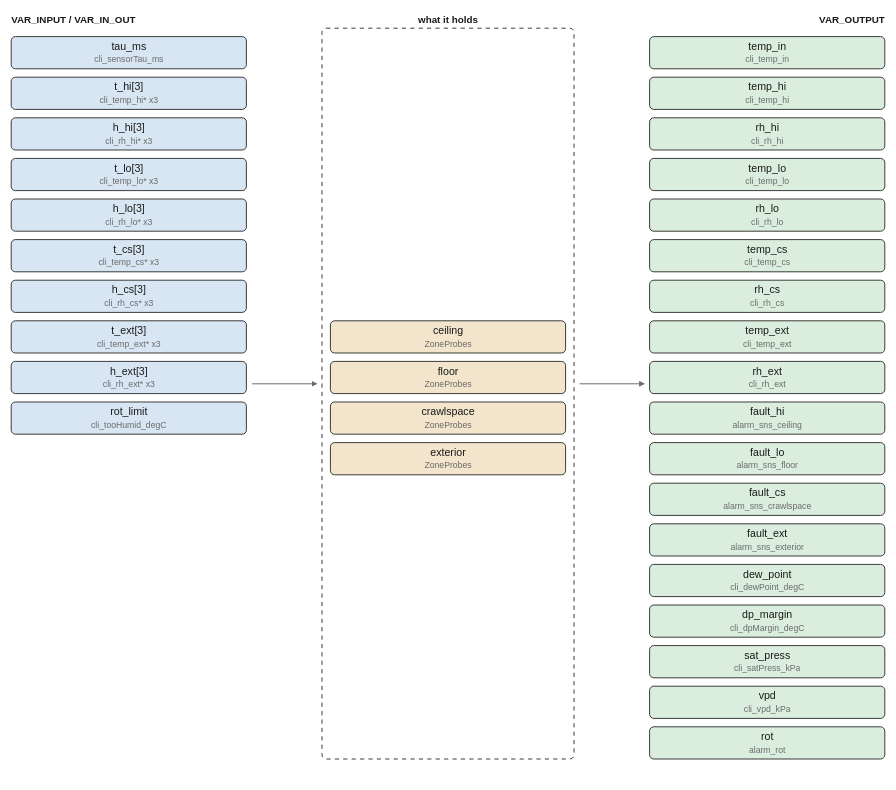
Above: images/logic/temp_rh_zone.drawio.svg in pstch/botanik2 (draw.io), before the change. Source tidied: cells renumbered, new cells last; positions are measured from the earlier drawing's top-left corner, leaving out a move shared by most shapes.
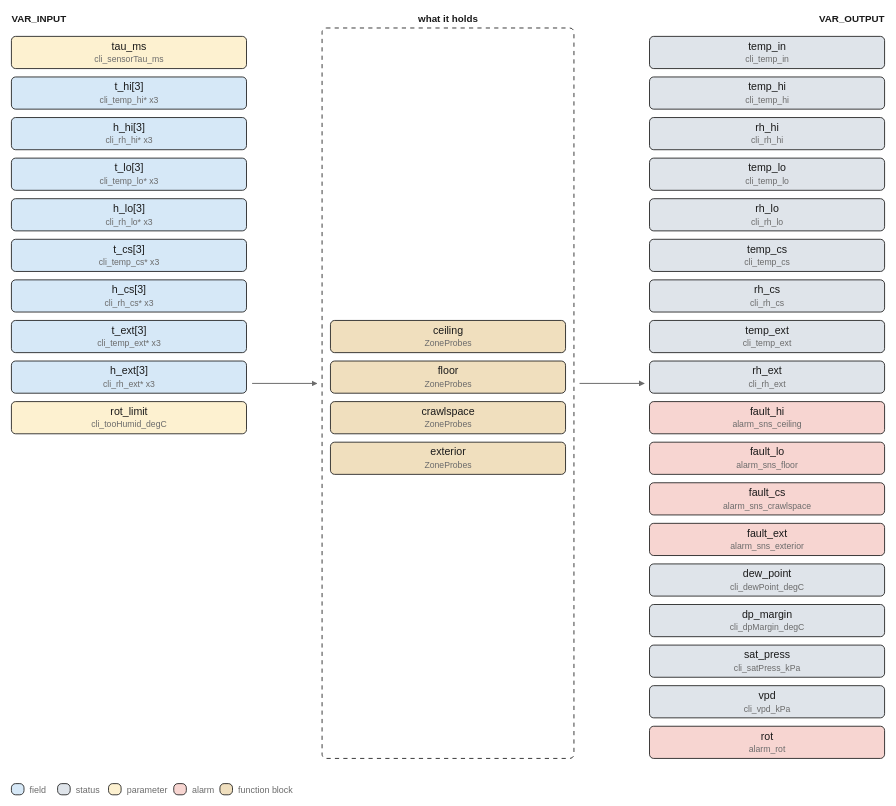
The same diagram one commit later.

What changed in the source:
```diff
@@ -2,8 +2,8 @@
   <root>
     <mxCell id="0" />
     <mxCell id="1" parent="0" />
-    <mxCell id="2" value="VAR_INPUT / VAR_IN_OUT" style="text;html=1;fontSize=7;fontColor=#1a1a1a;align=left;fontStyle=1;" parent="1" vertex="1">
-      <mxGeometry width="110" height="11" as="geometry" />
+    <mxCell id="2" value="VAR_INPUT" style="text;html=1;fontSize=7;fontColor=#1a1a1a;align=left;fontStyle=1;" parent="1" vertex="1">
+      <mxGeometry width="45" height="11" as="geometry" />
     </mxCell>
     <mxCell id="3" value="what it holds" style="text;html=1;fontSize=7;fontColor=#1a1a1a;align=center;fontStyle=1;" parent="1" vertex="1">
       <mxGeometry x="312" width="65" height="11" as="geometry" />
@@ -11,103 +11,103 @@
     <mxCell id="4" value="VAR_OUTPUT" style="text;html=1;fontSize=7;fontColor=#1a1a1a;align=left;fontStyle=1;" parent="1" vertex="1">
       <mxGeometry x="624" width="50" height="11" as="geometry" />
     </mxCell>
-    <mxCell id="5" value="tau_ms" style="rounded=1;fillColor=#d8e6f3;strokeColor=#1a1a1a;whiteSpace=wrap;html=1;fontSize=8;" parent="1" vertex="1">
+    <mxCell id="5" value="tau_ms" style="rounded=1;fillColor=#fdf1d0;strokeColor=#1a1a1a;whiteSpace=wrap;html=1;fontSize=8;" parent="1" vertex="1">
       <mxGeometry y="17" width="168" height="23" as="geometry" />
     </mxCell>
-    <mxCell id="6" value="t_hi[3]" style="rounded=1;fillColor=#d8e6f3;strokeColor=#1a1a1a;whiteSpace=wrap;html=1;fontSize=8;" parent="1" vertex="1">
+    <mxCell id="6" value="t_hi[3]" style="rounded=1;fillColor=#d6e8f7;strokeColor=#1a1a1a;whiteSpace=wrap;html=1;fontSize=8;" parent="1" vertex="1">
       <mxGeometry y="46" width="168" height="23" as="geometry" />
     </mxCell>
-    <mxCell id="7" value="h_hi[3]" style="rounded=1;fillColor=#d8e6f3;strokeColor=#1a1a1a;whiteSpace=wrap;html=1;fontSize=8;" parent="1" vertex="1">
+    <mxCell id="7" value="h_hi[3]" style="rounded=1;fillColor=#d6e8f7;strokeColor=#1a1a1a;whiteSpace=wrap;html=1;fontSize=8;" parent="1" vertex="1">
       <mxGeometry y="75" width="168" height="23" as="geometry" />
     </mxCell>
-    <mxCell id="8" value="t_lo[3]" style="rounded=1;fillColor=#d8e6f3;strokeColor=#1a1a1a;whiteSpace=wrap;html=1;fontSize=8;" parent="1" vertex="1">
+    <mxCell id="8" value="t_lo[3]" style="rounded=1;fillColor=#d6e8f7;strokeColor=#1a1a1a;whiteSpace=wrap;html=1;fontSize=8;" parent="1" vertex="1">
       <mxGeometry y="104" width="168" height="23" as="geometry" />
     </mxCell>
-    <mxCell id="9" value="h_lo[3]" style="rounded=1;fillColor=#d8e6f3;strokeColor=#1a1a1a;whiteSpace=wrap;html=1;fontSize=8;" parent="1" vertex="1">
+    <mxCell id="9" value="h_lo[3]" style="rounded=1;fillColor=#d6e8f7;strokeColor=#1a1a1a;whiteSpace=wrap;html=1;fontSize=8;" parent="1" vertex="1">
       <mxGeometry y="133" width="168" height="23" as="geometry" />
     </mxCell>
-    <mxCell id="10" value="t_cs[3]" style="rounded=1;fillColor=#d8e6f3;strokeColor=#1a1a1a;whiteSpace=wrap;html=1;fontSize=8;" parent="1" vertex="1">
+    <mxCell id="10" value="t_cs[3]" style="rounded=1;fillColor=#d6e8f7;strokeColor=#1a1a1a;whiteSpace=wrap;html=1;fontSize=8;" parent="1" vertex="1">
       <mxGeometry y="162" width="168" height="23" as="geometry" />
     </mxCell>
-    <mxCell id="11" value="h_cs[3]" style="rounded=1;fillColor=#d8e6f3;strokeColor=#1a1a1a;whiteSpace=wrap;html=1;fontSize=8;" parent="1" vertex="1">
+    <mxCell id="11" value="h_cs[3]" style="rounded=1;fillColor=#d6e8f7;strokeColor=#1a1a1a;whiteSpace=wrap;html=1;fontSize=8;" parent="1" vertex="1">
       <mxGeometry y="191" width="168" height="23" as="geometry" />
     </mxCell>
-    <mxCell id="12" value="t_ext[3]" style="rounded=1;fillColor=#d8e6f3;strokeColor=#1a1a1a;whiteSpace=wrap;html=1;fontSize=8;" parent="1" vertex="1">
+    <mxCell id="12" value="t_ext[3]" style="rounded=1;fillColor=#d6e8f7;strokeColor=#1a1a1a;whiteSpace=wrap;html=1;fontSize=8;" parent="1" vertex="1">
       <mxGeometry y="220" width="168" height="23" as="geometry" />
     </mxCell>
-    <mxCell id="13" value="h_ext[3]" style="rounded=1;fillColor=#d8e6f3;strokeColor=#1a1a1a;whiteSpace=wrap;html=1;fontSize=8;" parent="1" vertex="1">
+    <mxCell id="13" value="h_ext[3]" style="rounded=1;fillColor=#d6e8f7;strokeColor=#1a1a1a;whiteSpace=wrap;html=1;fontSize=8;" parent="1" vertex="1">
       <mxGeometry y="249" width="168" height="23" as="geometry" />
     </mxCell>
-    <mxCell id="14" value="rot_limit" style="rounded=1;fillColor=#d8e6f3;strokeColor=#1a1a1a;whiteSpace=wrap;html=1;fontSize=8;" parent="1" vertex="1">
+    <mxCell id="14" value="rot_limit" style="rounded=1;fillColor=#fdf1d0;strokeColor=#1a1a1a;whiteSpace=wrap;html=1;fontSize=8;" parent="1" vertex="1">
       <mxGeometry y="278" width="168" height="23" as="geometry" />
     </mxCell>
-    <mxCell id="15" value="temp_in" style="rounded=1;fillColor=#dbeedd;strokeColor=#1a1a1a;whiteSpace=wrap;html=1;fontSize=8;" parent="1" vertex="1">
+    <mxCell id="15" value="temp_in" style="rounded=1;fillColor=#dfe4ea;strokeColor=#1a1a1a;whiteSpace=wrap;html=1;fontSize=8;" parent="1" vertex="1">
       <mxGeometry x="456" y="17" width="168" height="23" as="geometry" />
     </mxCell>
-    <mxCell id="16" value="temp_hi" style="rounded=1;fillColor=#dbeedd;strokeColor=#1a1a1a;whiteSpace=wrap;html=1;fontSize=8;" parent="1" vertex="1">
+    <mxCell id="16" value="temp_hi" style="rounded=1;fillColor=#dfe4ea;strokeColor=#1a1a1a;whiteSpace=wrap;html=1;fontSize=8;" parent="1" vertex="1">
       <mxGeometry x="456" y="46" width="168" height="23" as="geometry" />
     </mxCell>
-    <mxCell id="17" value="rh_hi" style="rounded=1;fillColor=#dbeedd;strokeColor=#1a1a1a;whiteSpace=wrap;html=1;fontSize=8;" parent="1" vertex="1">
+    <mxCell id="17" value="rh_hi" style="rounded=1;fillColor=#dfe4ea;strokeColor=#1a1a1a;whiteSpace=wrap;html=1;fontSize=8;" parent="1" vertex="1">
       <mxGeometry x="456" y="75" width="168" height="23" as="geometry" />
     </mxCell>
-    <mxCell id="18" value="temp_lo" style="rounded=1;fillColor=#dbeedd;strokeColor=#1a1a1a;whiteSpace=wrap;html=1;fontSize=8;" parent="1" vertex="1">
+    <mxCell id="18" value="temp_lo" style="rounded=1;fillColor=#dfe4ea;strokeColor=#1a1a1a;whiteSpace=wrap;html=1;fontSize=8;" parent="1" vertex="1">
       <mxGeometry x="456" y="104" width="168" height="23" as="geometry" />
     </mxCell>
-    <mxCell id="19" value="rh_lo" style="rounded=1;fillColor=#dbeedd;strokeColor=#1a1a1a;whiteSpace=wrap;html=1;fontSize=8;" parent="1" vertex="1">
+    <mxCell id="19" value="rh_lo" style="rounded=1;fillColor=#dfe4ea;strokeColor=#1a1a1a;whiteSpace=wrap;html=1;fontSize=8;" parent="1" vertex="1">
       <mxGeometry x="456" y="133" width="168" height="23" as="geometry" />
     </mxCell>
-    <mxCell id="20" value="temp_cs" style="rounded=1;fillColor=#dbeedd;strokeColor=#1a1a1a;whiteSpace=wrap;html=1;fontSize=8;" parent="1" vertex="1">
+    <mxCell id="20" value="temp_cs" style="rounded=1;fillColor=#dfe4ea;strokeColor=#1a1a1a;whiteSpace=wrap;html=1;fontSize=8;" parent="1" vertex="1">
       <mxGeometry x="456" y="162" width="168" height="23" as="geometry" />
     </mxCell>
-    <mxCell id="21" value="rh_cs" style="rounded=1;fillColor=#dbeedd;strokeColor=#1a1a1a;whiteSpace=wrap;html=1;fontSize=8;" parent="1" vertex="1">
+    <mxCell id="21" value="rh_cs" style="rounded=1;fillColor=#dfe4ea;strokeColor=#1a1a1a;whiteSpace=wrap;html=1;fontSize=8;" parent="1" vertex="1">
       <mxGeometry x="456" y="191" width="168" height="23" as="geometry" />
     </mxCell>
-    <mxCell id="22" value="temp_ext" style="rounded=1;fillColor=#dbeedd;strokeColor=#1a1a1a;whiteSpace=wrap;html=1;fontSize=8;" parent="1" vertex="1">
+    <mxCell id="22" value="temp_ext" style="rounded=1;fillColor=#dfe4ea;strokeColor=#1a1a1a;whiteSpace=wrap;html=1;fontSize=8;" parent="1" vertex="1">
       <mxGeometry x="456" y="220" width="168" height="23" as="geometry" />
     </mxCell>
-    <mxCell id="23" value="rh_ext" style="rounded=1;fillColor=#dbeedd;strokeColor=#1a1a1a;whiteSpace=wrap;html=1;fontSize=8;" parent="1" vertex="1">
+    <mxCell id="23" value="rh_ext" style="rounded=1;fillColor=#dfe4ea;strokeColor=#1a1a1a;whiteSpace=wrap;html=1;fontSize=8;" parent="1" vertex="1">
       <mxGeometry x="456" y="249" width="168" height="23" as="geometry" />
     </mxCell>
-    <mxCell id="24" value="fault_hi" style="rounded=1;fillColor=#dbeedd;strokeColor=#1a1a1a;whiteSpace=wrap;html=1;fontSize=8;" parent="1" vertex="1">
+    <mxCell id="24" value="fault_hi" style="rounded=1;fillColor=#f7d5d1;strokeColor=#1a1a1a;whiteSpace=wrap;html=1;fontSize=8;" parent="1" vertex="1">
       <mxGeometry x="456" y="278" width="168" height="23" as="geometry" />
     </mxCell>
-    <mxCell id="25" value="fault_lo" style="rounded=1;fillColor=#dbeedd;strokeColor=#1a1a1a;whiteSpace=wrap;html=1;fontSize=8;" parent="1" vertex="1">
+    <mxCell id="25" value="fault_lo" style="rounded=1;fillColor=#f7d5d1;strokeColor=#1a1a1a;whiteSpace=wrap;html=1;fontSize=8;" parent="1" vertex="1">
       <mxGeometry x="456" y="307" width="168" height="23" as="geometry" />
     </mxCell>
-    <mxCell id="26" value="fault_cs" style="rounded=1;fillColor=#dbeedd;strokeColor=#1a1a1a;whiteSpace=wrap;html=1;fontSize=8;" parent="1" vertex="1">
+    <mxCell id="26" value="fault_cs" style="rounded=1;fillColor=#f7d5d1;strokeColor=#1a1a1a;whiteSpace=wrap;html=1;fontSize=8;" parent="1" vertex="1">
       <mxGeometry x="456" y="336" width="168" height="23" as="geometry" />
     </mxCell>
-    <mxCell id="27" value="fault_ext" style="rounded=1;fillColor=#dbeedd;strokeColor=#1a1a1a;whiteSpace=wrap;html=1;fontSize=8;" parent="1" vertex="1">
+    <mxCell id="27" value="fault_ext" style="rounded=1;fillColor=#f7d5d1;strokeColor=#1a1a1a;whiteSpace=wrap;html=1;fontSize=8;" parent="1" vertex="1">
       <mxGeometry x="456" y="365" width="168" height="23" as="geometry" />
     </mxCell>
-    <mxCell id="28" value="dew_point" style="rounded=1;fillColor=#dbeedd;strokeColor=#1a1a1a;whiteSpace=wrap;html=1;fontSize=8;" parent="1" vertex="1">
+    <mxCell id="28" value="dew_point" style="rounded=1;fillColor=#dfe4ea;strokeColor=#1a1a1a;whiteSpace=wrap;html=1;fontSize=8;" parent="1" vertex="1">
       <mxGeometry x="456" y="394" width="168" height="23" as="geometry" />
     </mxCell>
-    <mxCell id="29" value="dp_margin" style="rounded=1;fillColor=#dbeedd;strokeColor=#1a1a1a;whiteSpace=wrap;html=1;fontSize=8;" parent="1" vertex="1">
+    <mxCell id="29" value="dp_margin" style="rounded=1;fillColor=#dfe4ea;strokeColor=#1a1a1a;whiteSpace=wrap;html=1;fontSize=8;" parent="1" vertex="1">
       <mxGeometry x="456" y="423" width="168" height="23" as="geometry" />
     </mxCell>
-    <mxCell id="30" value="sat_press" style="rounded=1;fillColor=#dbeedd;strokeColor=#1a1a1a;whiteSpace=wrap;html=1;fontSize=8;" parent="1" vertex="1">
+    <mxCell id="30" value="sat_press" style="rounded=1;fillColor=#dfe4ea;strokeColor=#1a1a1a;whiteSpace=wrap;html=1;fontSize=8;" parent="1" vertex="1">
       <mxGeometry x="456" y="452" width="168" height="23" as="geometry" />
     </mxCell>
-    <mxCell id="31" value="vpd" style="rounded=1;fillColor=#dbeedd;strokeColor=#1a1a1a;whiteSpace=wrap;html=1;fontSize=8;" parent="1" vertex="1">
+    <mxCell id="31" value="vpd" style="rounded=1;fillColor=#dfe4ea;strokeColor=#1a1a1a;whiteSpace=wrap;html=1;fontSize=8;" parent="1" vertex="1">
       <mxGeometry x="456" y="481" width="168" height="23" as="geometry" />
     </mxCell>
-    <mxCell id="32" value="rot" style="rounded=1;fillColor=#dbeedd;strokeColor=#1a1a1a;whiteSpace=wrap;html=1;fontSize=8;" parent="1" vertex="1">
+    <mxCell id="32" value="rot" style="rounded=1;fillColor=#f7d5d1;strokeColor=#1a1a1a;whiteSpace=wrap;html=1;fontSize=8;" parent="1" vertex="1">
       <mxGeometry x="456" y="510" width="168" height="23" as="geometry" />
     </mxCell>
     <mxCell id="33" style="rounded=1;fillColor=#ffffff;strokeColor=#1a1a1a;whiteSpace=wrap;html=1;fontSize=8;dashed=1;" parent="1" vertex="1">
       <mxGeometry x="222" y="11" width="180" height="522" as="geometry" />
     </mxCell>
-    <mxCell id="34" value="ceiling" style="rounded=1;fillColor=#f2e5cc;strokeColor=#1a1a1a;whiteSpace=wrap;html=1;fontSize=8;" parent="1" vertex="1">
+    <mxCell id="34" value="ceiling" style="rounded=1;fillColor=#f0dfbe;strokeColor=#1a1a1a;whiteSpace=wrap;html=1;fontSize=8;" parent="1" vertex="1">
       <mxGeometry x="228" y="220" width="168" height="23" as="geometry" />
     </mxCell>
-    <mxCell id="35" value="floor" style="rounded=1;fillColor=#f2e5cc;strokeColor=#1a1a1a;whiteSpace=wrap;html=1;fontSize=8;" parent="1" vertex="1">
+    <mxCell id="35" value="floor" style="rounded=1;fillColor=#f0dfbe;strokeColor=#1a1a1a;whiteSpace=wrap;html=1;fontSize=8;" parent="1" vertex="1">
       <mxGeometry x="228" y="249" width="168" height="23" as="geometry" />
     </mxCell>
-    <mxCell id="36" value="crawlspace" style="rounded=1;fillColor=#f2e5cc;strokeColor=#1a1a1a;whiteSpace=wrap;html=1;fontSize=8;" parent="1" vertex="1">
+    <mxCell id="36" value="crawlspace" style="rounded=1;fillColor=#f0dfbe;strokeColor=#1a1a1a;whiteSpace=wrap;html=1;fontSize=8;" parent="1" vertex="1">
       <mxGeometry x="228" y="278" width="168" height="23" as="geometry" />
     </mxCell>
-    <mxCell id="37" value="exterior" style="rounded=1;fillColor=#f2e5cc;strokeColor=#1a1a1a;whiteSpace=wrap;html=1;fontSize=8;" parent="1" vertex="1">
+    <mxCell id="37" value="exterior" style="rounded=1;fillColor=#f0dfbe;strokeColor=#1a1a1a;whiteSpace=wrap;html=1;fontSize=8;" parent="1" vertex="1">
       <mxGeometry x="228" y="307" width="168" height="23" as="geometry" />
     </mxCell>
     <mxCell id="38" style="edgeStyle=none;html=1;strokeColor=#6b6b6b;endArrow=block;" parent="1" edge="1">
@@ -122,5 +122,35 @@
         <mxPoint x="452" y="265" as="targetPoint" />
       </mxGeometry>
     </mxCell>
+    <mxCell id="40" style="rounded=1;fillColor=#d6e8f7;strokeColor=#1a1a1a;whiteSpace=wrap;html=1;fontSize=8;" parent="1" vertex="1">
+      <mxGeometry y="551" width="9" height="8" as="geometry" />
+    </mxCell>
+    <mxCell id="41" value="field" style="text;html=1;fontSize=6;fontColor=#6b6b6b;align=left;" parent="1" vertex="1">
+      <mxGeometry x="13" y="551.6" width="40" height="10.4" as="geometry" />
+    </mxCell>
+    <mxCell id="42" style="rounded=1;fillColor=#dfe4ea;strokeColor=#1a1a1a;whiteSpace=wrap;html=1;fontSize=8;" parent="1" vertex="1">
+      <mxGeometry x="33" y="551" width="9" height="8" as="geometry" />
+    </mxCell>
+    <mxCell id="43" value="status" style="text;html=1;fontSize=6;fontColor=#6b6b6b;align=left;" parent="1" vertex="1">
+      <mxGeometry x="46" y="551.6" width="40" height="10.4" as="geometry" />
+    </mxCell>
+    <mxCell id="44" style="rounded=1;fillColor=#fdf1d0;strokeColor=#1a1a1a;whiteSpace=wrap;html=1;fontSize=8;" parent="1" vertex="1">
+      <mxGeometry x="69.4" y="551" width="9" height="8" as="geometry" />
+    </mxCell>
+    <mxCell id="45" value="parameter" style="text;html=1;fontSize=6;fontColor=#6b6b6b;align=left;" parent="1" vertex="1">
+      <mxGeometry x="82.4" y="551.6" width="45" height="10.4" as="geometry" />
+    </mxCell>
+    <mxCell id="46" style="rounded=1;fillColor=#f7d5d1;strokeColor=#1a1a1a;whiteSpace=wrap;html=1;fontSize=8;" parent="1" vertex="1">
+      <mxGeometry x="116" y="551" width="9" height="8" as="geometry" />
+    </mxCell>
+    <mxCell id="47" value="alarm" style="text;html=1;fontSize=6;fontColor=#6b6b6b;align=left;" parent="1" vertex="1">
+      <mxGeometry x="129" y="551.6" width="40" height="10.4" as="geometry" />
+    </mxCell>
+    <mxCell id="48" style="rounded=1;fillColor=#f0dfbe;strokeColor=#1a1a1a;whiteSpace=wrap;html=1;fontSize=8;" parent="1" vertex="1">
+      <mxGeometry x="149" y="551" width="9" height="8" as="geometry" />
+    </mxCell>
+    <mxCell id="49" value="function block" style="text;html=1;fontSize=6;fontColor=#6b6b6b;align=left;" parent="1" vertex="1">
+      <mxGeometry x="162" y="551.6" width="70" height="10.4" as="geometry" />
+    </mxCell>
   </root>
 </mxGraphModel>
```
